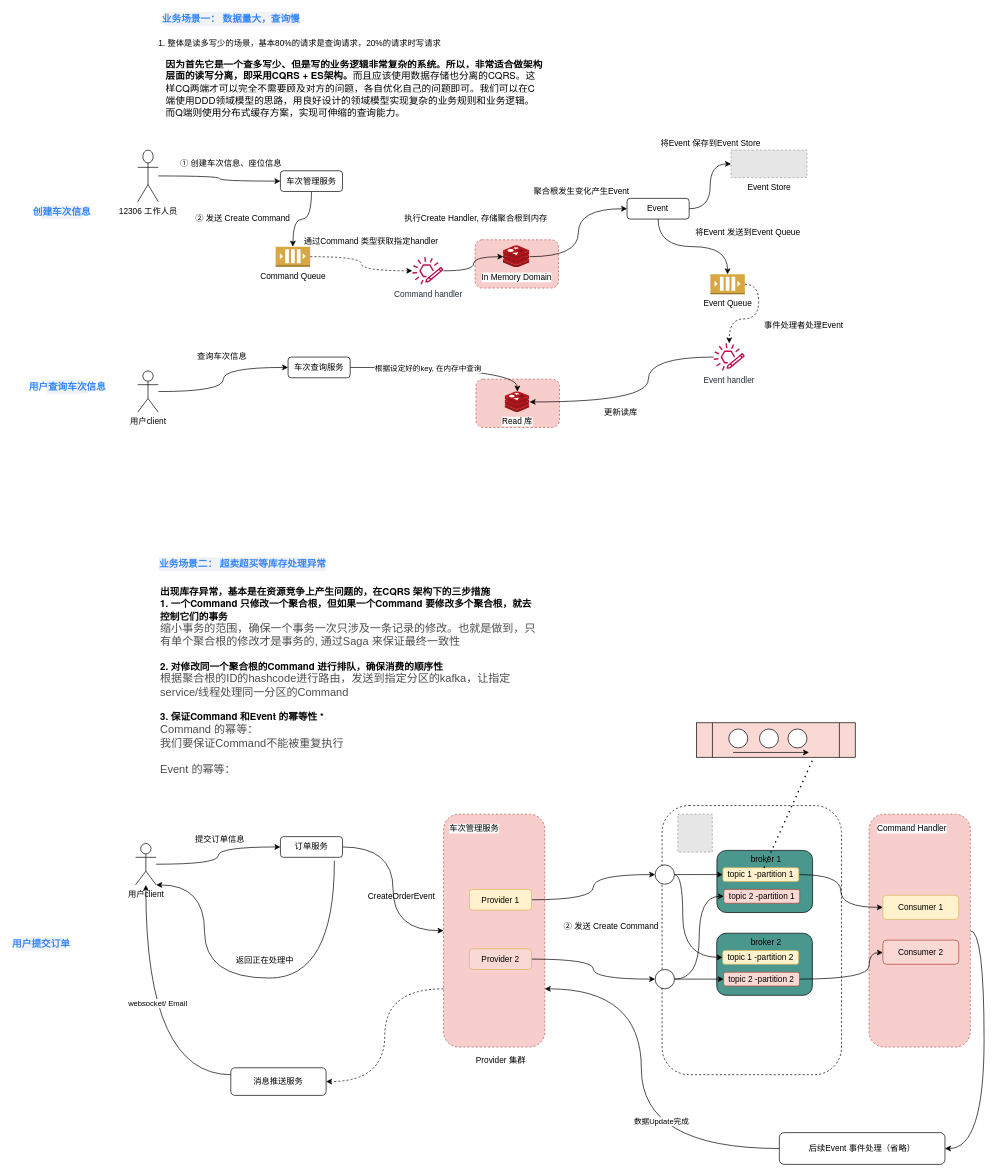
Above: 业务场景v1.1.drawio in skymike11/drawio (draw.io), before the change. Source tidied: cells renumbered, new cells numbered last; positions are measured from the earlier drawing's top-left corner, leaving out a move shared by most shapes. Both pictures are drawn from the tidied source at 69%, with x=0, y=0 at pixel (20, 12). Pictures stored in the file or linked from it are replaced by grey dashed boxes.
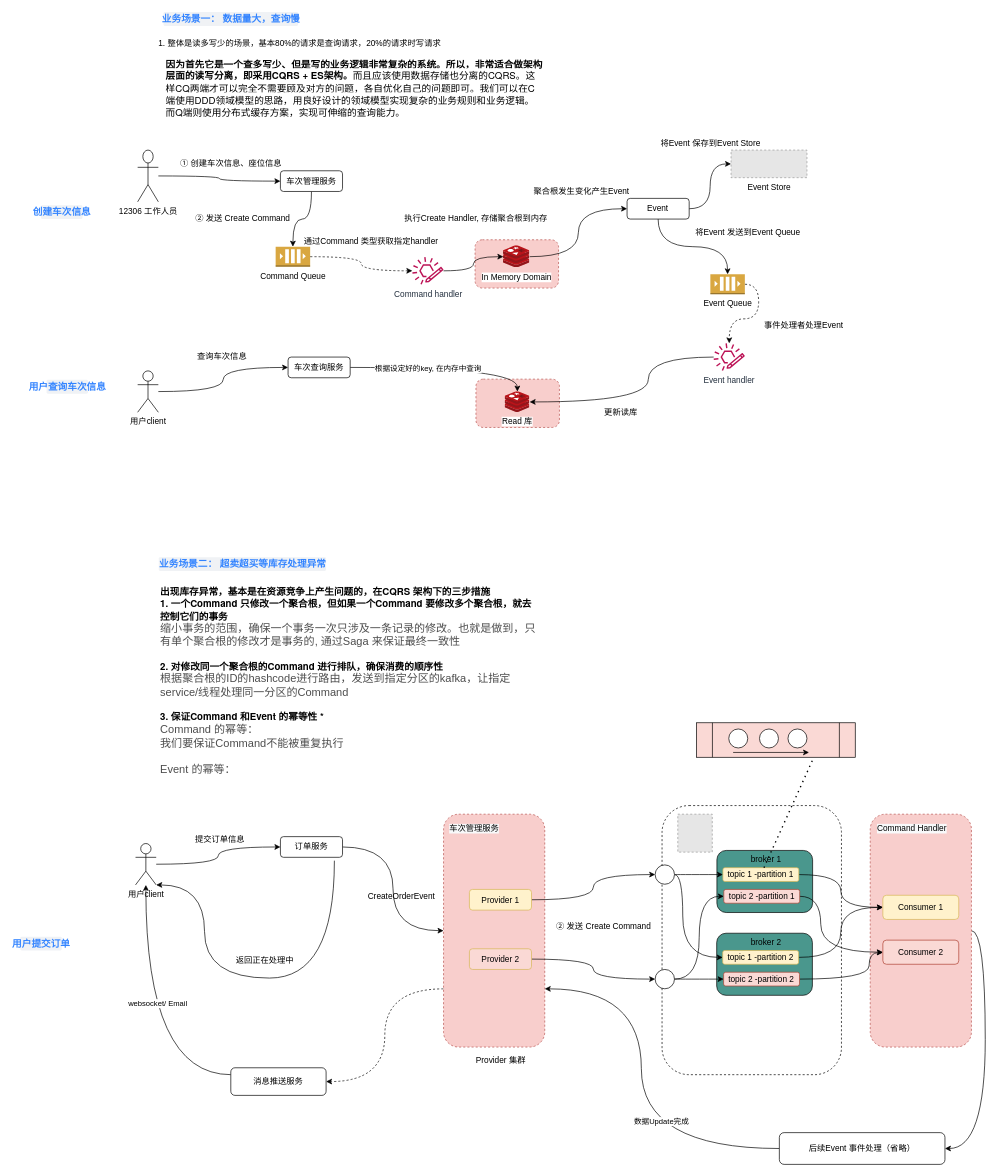
The same diagram, later.

The change refers to these unchanged cells:
```xml
<mxCell id="65" value="topic 2 -partition 1" style="rounded=1;whiteSpace=wrap;html=1;fillColor=#fad9d5;strokeColor=#ae4132;" parent="1" vertex="1">
  <mxGeometry x="1019.5" y="1271.5" width="110" height="20" as="geometry" />
</mxCell>
<mxCell id="68" value="topic 1 -partition 2" style="rounded=1;whiteSpace=wrap;html=1;fillColor=#fff2cc;strokeColor=#d6b656;" parent="1" vertex="1">
  <mxGeometry x="1017.9" y="1360" width="110" height="20" as="geometry" />
</mxCell>
<mxCell id="83" value="Consumer 1" style="rounded=1;whiteSpace=wrap;html=1;fillColor=#fff2cc;strokeColor=#d6b656;" parent="1" vertex="1">
  <mxGeometry x="1250" y="1280" width="110" height="35" as="geometry" />
</mxCell>
<mxCell id="84" value="Consumer 2" style="rounded=1;whiteSpace=wrap;html=1;fillColor=#fad9d5;strokeColor=#ae4132;" parent="1" vertex="1">
  <mxGeometry x="1250" y="1345" width="110" height="35" as="geometry" />
</mxCell>
```

Diff of the diagram source:
```diff
@@
     <mxCell id="3" style="rounded=1;whiteSpace=wrap;html=1;strokeWidth=1;dashed=1;fillColor=#f8cecc;strokeColor=#b85450;" parent="1" vertex="1">
-      <mxGeometry x="1230" y="1162.5" width="146.7" height="337.5" as="geometry" />
+      <mxGeometry x="1231.7" y="1162.5" width="146.7" height="337.5" as="geometry" />
     </mxCell>
@@
     <mxCell id="59" value="② 发送 Create Command" style="text;html=1;align=center;verticalAlign=middle;strokeColor=none;" parent="1" vertex="1">
-      <mxGeometry x="781.2" y="1315" width="150" height="20" as="geometry" />
+      <mxGeometry x="770" y="1315" width="150" height="20" as="geometry" />
     </mxCell>
@@
+    <mxCell id="98" style="edgeStyle=orthogonalEdgeStyle;curved=1;rounded=0;jettySize=auto;html=1;exitX=1;exitY=0.5;exitDx=0;exitDy=0;entryX=0;entryY=0.5;entryDx=0;entryDy=0;" parent="1" edge="1" source="65" target="84">
+      <mxGeometry relative="1" as="geometry">
+        <Array as="points">
+          <mxPoint x="1160" y="1282" />
+          <mxPoint x="1160" y="1363" />
+        </Array>
+      </mxGeometry>
+    </mxCell>
@@
+    <mxCell id="99" style="edgeStyle=orthogonalEdgeStyle;curved=1;rounded=0;jettySize=auto;html=1;exitX=1;exitY=0.5;exitDx=0;exitDy=0;entryX=0;entryY=0.5;entryDx=0;entryDy=0;" parent="1" edge="1" source="68" target="83">
+      <mxGeometry relative="1" as="geometry" />
+    </mxCell>
```
